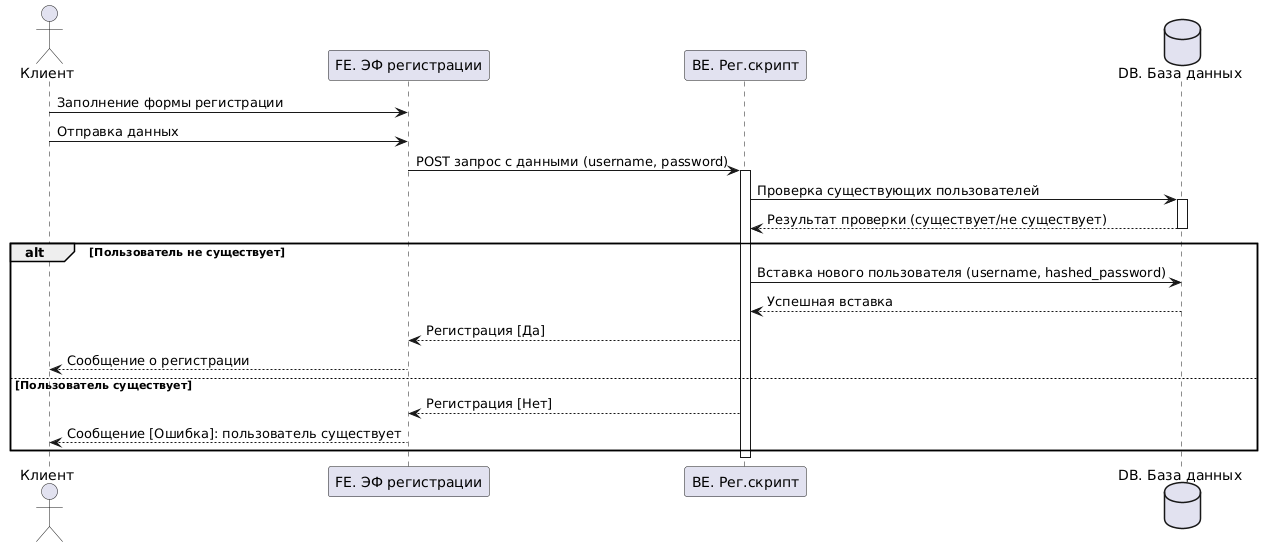
This is docs/sd_01_Registration.png from dchizhikov/team_14_docs, a PlantUML export, as it was before one commit.
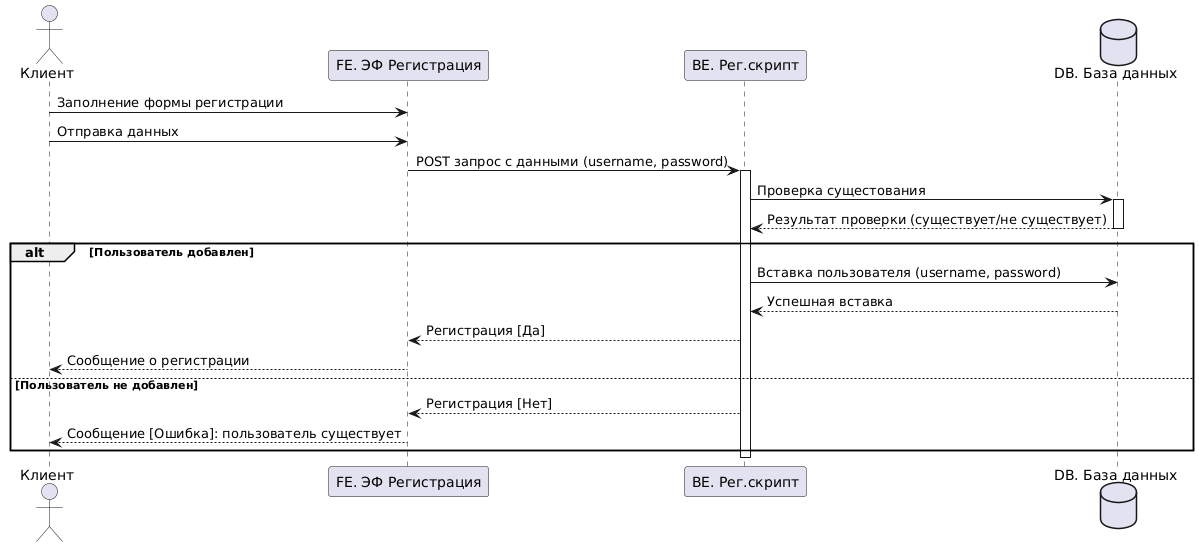
After the change.

Commit message:
Добавлена схема по регистрации клиента - 2.

What changed in the source:
```diff
@@ -1,6 +1,6 @@
 @startuml
 actor "Клиент" as user
-    participant "FE. ЭФ регистрации" as reg_form
+    participant "FE. ЭФ Регистрация" as reg_form
     participant "BE. Рег.скрипт" as reg_script
     database "DB. База данных" as db
 
@@ -9,17 +9,17 @@
     reg_form -> reg_script: POST запрос с данными (username, password)
     activate reg_script
 
-    reg_script -> db: Проверка существующих пользователей
+    reg_script -> db: Проверка сущестования
     activate db
     db --> reg_script: Результат проверки (существует/не существует)
     deactivate db
 
-    alt Пользователь не существует
-        reg_script -> db: Вставка нового пользователя (username, hashed_password)
+    alt Пользователь добавлен
+        reg_script -> db: Вставка пользователя (username, password)
         db --> reg_script: Успешная вставка
         reg_script --> reg_form: Регистрация [Да]
         reg_form --> user: Сообщение о регистрации
-    else Пользователь существует
+    else Пользователь не добавлен
         reg_script --> reg_form : Регистрация [Нет]
         reg_form --> user: Сообщение [Ошибка]: пользователь существует
     end
```
